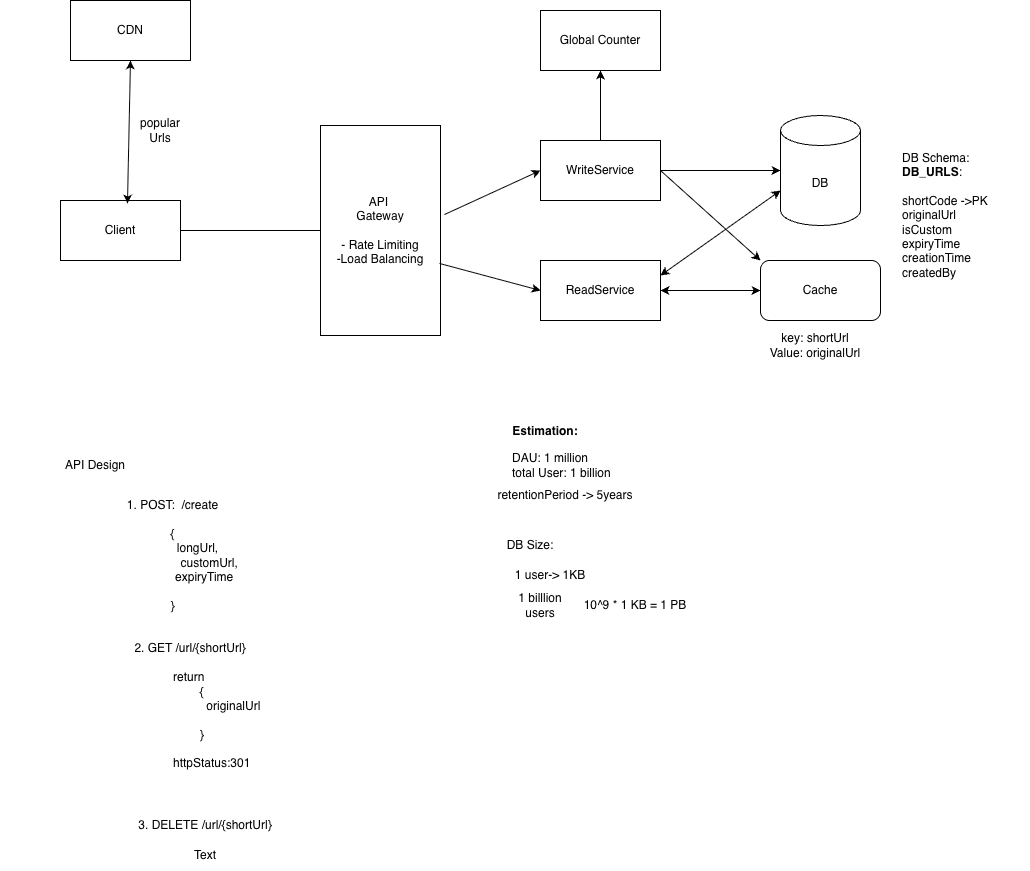
kumar2901/interview-prep keeps this draw.io diagram as src/main/java/com/kumar/interview/prep/system/design/url_shortner/tinyUrls.png. Above is the earlier version. Source tidied: cells renumbered, new cells last; positions are measured from the earlier drawing's top-left corner, leaving out a move shared by most shapes.
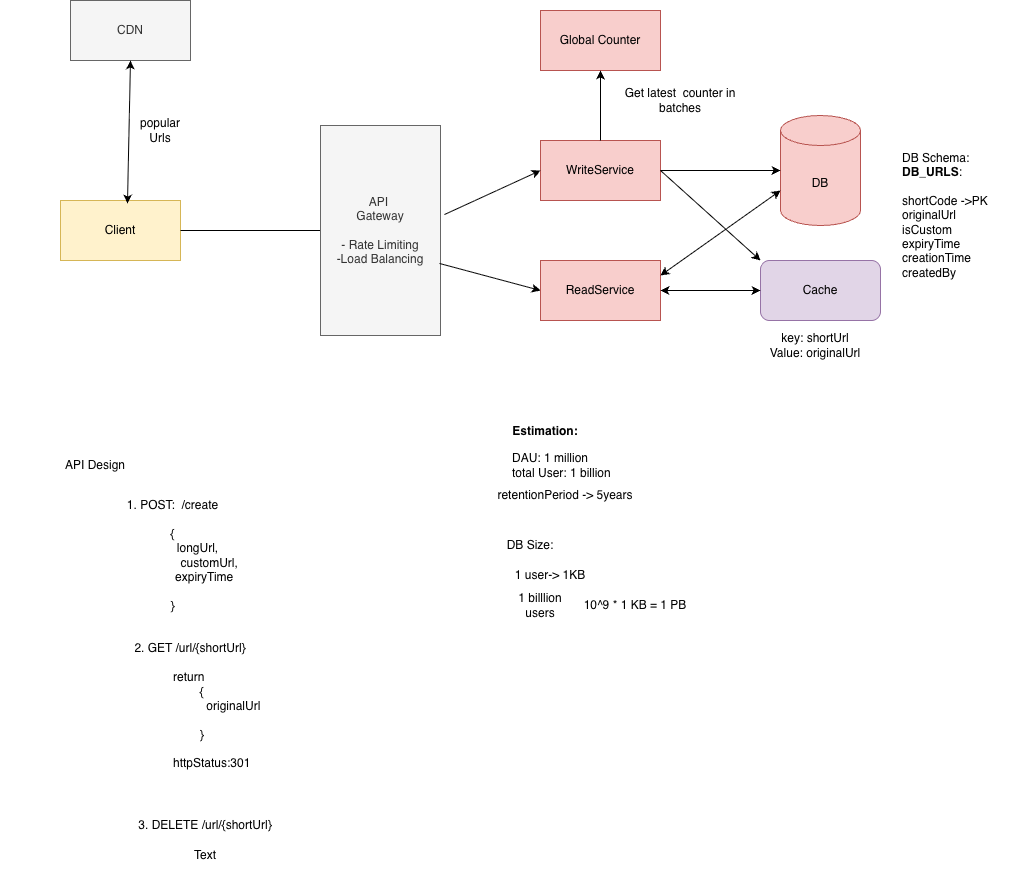
The same file after the commit.

Commit message:
news feeds system design

The edit, as a diff of the source:
```diff
@@ -2,39 +2,39 @@
   <root>
     <mxCell id="0" />
     <mxCell id="1" parent="0" />
-    <mxCell id="2" value="Client" style="rounded=0;whiteSpace=wrap;html=1;" parent="1" vertex="1">
+    <mxCell id="2" value="Client" style="rounded=0;whiteSpace=wrap;html=1;fillColor=#fff2cc;strokeColor=#d6b656;" parent="1" vertex="1">
       <mxGeometry x="60" y="200" width="120" height="60" as="geometry" />
     </mxCell>
-    <mxCell id="3" style="endArrow=classic;html=1;rounded=0;exitX=1;exitY=0.5;exitDx=0;exitDy=0;" parent="1" edge="1" source="2">
-      <mxGeometry relative="1" as="geometry">
-        <mxPoint x="330" y="230" as="targetPoint" />
-      </mxGeometry>
-    </mxCell>
+    <mxCell id="34" style="endArrow=classic;html=1;rounded=0;exitX=1;exitY=0.5;exitDx=0;exitDy=0;" parent="1" edge="1" source="2">
+      <mxGeometry relative="1" as="geometry">
+        <mxPoint x="330" y="230" as="targetPoint" />
+      </mxGeometry>
+    </mxCell>
-    <mxCell id="4" value="API&amp;nbsp;&lt;br&gt;Gateway&lt;div&gt;&lt;br&gt;&lt;/div&gt;&lt;div&gt;- Rate Limiting&lt;/div&gt;&lt;div&gt;-Load Balancing&lt;/div&gt;" style="rounded=0;whiteSpace=wrap;html=1;" parent="1" vertex="1">
+    <mxCell id="4" value="API&amp;nbsp;&lt;br&gt;Gateway&lt;div&gt;&lt;br&gt;&lt;/div&gt;&lt;div&gt;- Rate Limiting&lt;/div&gt;&lt;div&gt;-Load Balancing&lt;/div&gt;" style="rounded=0;whiteSpace=wrap;html=1;fillColor=#f5f5f5;fontColor=#333333;strokeColor=#666666;" parent="1" vertex="1">
       <mxGeometry x="320" y="125" width="120" height="210" as="geometry" />
     </mxCell>
-    <mxCell id="5" value="WriteService" style="rounded=0;whiteSpace=wrap;html=1;" parent="1" vertex="1">
+    <mxCell id="5" value="WriteService" style="rounded=0;whiteSpace=wrap;html=1;fillColor=#f8cecc;strokeColor=#b85450;" parent="1" vertex="1">
       <mxGeometry x="540" y="140" width="120" height="60" as="geometry" />
     </mxCell>
     <mxCell id="6" style="endArrow=classic;html=1;rounded=0;entryX=0;entryY=0.5;entryDx=0;entryDy=0;exitX=1.033;exitY=0.424;exitDx=0;exitDy=0;exitPerimeter=0;" parent="1" edge="1" source="4" target="5">
       <mxGeometry relative="1" as="geometry" />
     </mxCell>
-    <mxCell id="7" value="ReadService" style="rounded=0;whiteSpace=wrap;html=1;" parent="1" vertex="1">
+    <mxCell id="7" value="ReadService" style="rounded=0;whiteSpace=wrap;html=1;fillColor=#f8cecc;strokeColor=#b85450;" parent="1" vertex="1">
       <mxGeometry x="540" y="260" width="120" height="60" as="geometry" />
     </mxCell>
     <mxCell id="8" style="endArrow=classic;html=1;rounded=0;entryX=0;entryY=0.5;entryDx=0;entryDy=0;exitX=0.992;exitY=0.657;exitDx=0;exitDy=0;exitPerimeter=0;" parent="1" edge="1" source="4" target="7">
       <mxGeometry relative="1" as="geometry" />
     </mxCell>
-    <mxCell id="9" value="Global Counter" style="rounded=0;whiteSpace=wrap;html=1;" parent="1" vertex="1">
+    <mxCell id="9" value="Global Counter" style="rounded=0;whiteSpace=wrap;html=1;fillColor=#f8cecc;strokeColor=#b85450;" parent="1" vertex="1">
       <mxGeometry x="540" y="10" width="120" height="60" as="geometry" />
     </mxCell>
     <mxCell id="10" style="endArrow=classic;html=1;rounded=0;entryX=0.5;entryY=1;entryDx=0;entryDy=0;exitX=0.5;exitY=0;exitDx=0;exitDy=0;" parent="1" edge="1" source="5" target="9">
       <mxGeometry relative="1" as="geometry" />
     </mxCell>
-    <mxCell id="11" value="DB" style="shape=cylinder3;whiteSpace=wrap;html=1;boundedLbl=1;backgroundOutline=1;size=15;" parent="1" vertex="1">
+    <mxCell id="11" value="DB" style="shape=cylinder3;whiteSpace=wrap;html=1;boundedLbl=1;backgroundOutline=1;size=15;fillColor=#f8cecc;strokeColor=#b85450;" parent="1" vertex="1">
       <mxGeometry x="780" y="115" width="80" height="110" as="geometry" />
     </mxCell>
-    <mxCell id="12" value="Cache" style="rounded=1;whiteSpace=wrap;html=1;" parent="1" vertex="1">
+    <mxCell id="12" value="Cache" style="rounded=1;whiteSpace=wrap;html=1;fillColor=#e1d5e7;strokeColor=#9673a6;" parent="1" vertex="1">
       <mxGeometry x="760" y="260" width="120" height="60" as="geometry" />
     </mxCell>
     <mxCell id="13" style="endArrow=classic;startArrow=classic;html=1;rounded=0;entryX=0;entryY=0.5;entryDx=0;entryDy=0;exitX=1;exitY=0.5;exitDx=0;exitDy=0;exitPerimeter=0;" parent="1" edge="1" source="7" target="12">
@@ -52,7 +52,7 @@
     <mxCell id="17" value="DB Schema:&lt;br&gt;&lt;b&gt;DB_URLS&lt;/b&gt;:&lt;br&gt;&lt;br&gt;shortCode -&amp;gt;PK&lt;div&gt;originalUrl&lt;br&gt;isCustom&lt;/div&gt;&lt;div&gt;expiryTime&lt;br&gt;creationTime&lt;br&gt;createdBy&lt;/div&gt;" style="text;html=1;whiteSpace=wrap;strokeColor=none;fillColor=none;align=left;verticalAlign=middle;rounded=0;" parent="1" vertex="1">
       <mxGeometry x="900" y="140" width="130" height="150" as="geometry" />
     </mxCell>
-    <mxCell id="18" value="CDN" style="rounded=0;whiteSpace=wrap;html=1;" parent="1" vertex="1">
+    <mxCell id="18" value="CDN" style="rounded=0;whiteSpace=wrap;html=1;fillColor=#f5f5f5;fontColor=#333333;strokeColor=#666666;" parent="1" vertex="1">
       <mxGeometry x="70" width="120" height="60" as="geometry" />
     </mxCell>
     <mxCell id="19" style="endArrow=classic;startArrow=classic;html=1;rounded=0;entryX=0.5;entryY=1;entryDx=0;entryDy=0;exitX=0.558;exitY=0.05;exitDx=0;exitDy=0;exitPerimeter=0;" parent="1" edge="1" source="2" target="18">
@@ -100,5 +100,8 @@
     <mxCell id="33" value="10^9 * 1 KB = 1 PB" style="text;html=1;whiteSpace=wrap;strokeColor=none;fillColor=none;align=center;verticalAlign=middle;rounded=0;" parent="1" vertex="1">
       <mxGeometry x="570" y="590" width="130" height="30" as="geometry" />
     </mxCell>
+    <mxCell id="35" value="Get latest&amp;nbsp; counter in batches" style="text;html=1;whiteSpace=wrap;strokeColor=none;fillColor=none;align=center;verticalAlign=middle;rounded=0;" parent="1" vertex="1">
+      <mxGeometry x="610" y="85" width="140" height="30" as="geometry" />
+    </mxCell>
   </root>
 </mxGraphModel>
```
